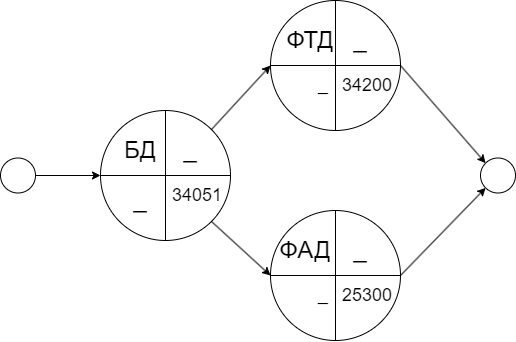
The draw.io diagram PASKurs/лабораторные работы/l4/PAS4.2.drawio.png in Lenonim/KursPro, before a commit. Source tidied: cells renumbered, new cells last; positions are measured from the earlier drawing's top-left corner, leaving out a move shared by most shapes.
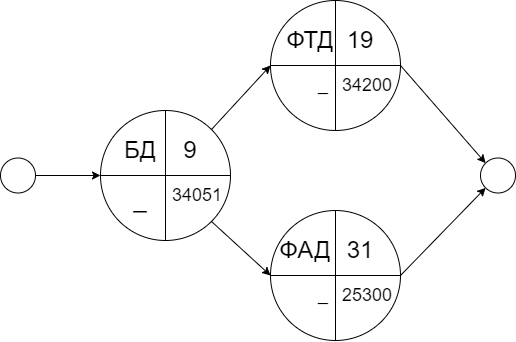
After the change.

The edit, as a diff of the source:
```diff
@@ -29,7 +29,7 @@
     <mxCell id="9" value="&lt;font style=&quot;font-size: 18px;&quot;&gt;34051&lt;/font&gt;" style="text;html=1;strokeColor=none;fillColor=none;align=left;verticalAlign=middle;whiteSpace=wrap;rounded=0;" parent="1" vertex="1">
       <mxGeometry x="170" y="180" width="60" height="30" as="geometry" />
     </mxCell>
-    <mxCell id="10" value="&lt;span style=&quot;font-size: 24px;&quot;&gt;_&lt;/span&gt;" style="text;html=1;strokeColor=none;fillColor=none;align=center;verticalAlign=middle;whiteSpace=wrap;rounded=0;" parent="1" vertex="1">
+    <mxCell id="10" value="&lt;span style=&quot;font-size: 24px;&quot;&gt;9&lt;/span&gt;" style="text;html=1;strokeColor=none;fillColor=none;align=center;verticalAlign=middle;whiteSpace=wrap;rounded=0;" parent="1" vertex="1">
       <mxGeometry x="170" y="130" width="40" height="40" as="geometry" />
     </mxCell>
     <mxCell id="11" style="ellipse;whiteSpace=wrap;html=1;" parent="1" vertex="1">
@@ -47,7 +47,7 @@
     <mxCell id="15" value="&lt;font style=&quot;font-size: 18px;&quot;&gt;34200&lt;/font&gt;" style="text;html=1;strokeColor=none;fillColor=none;align=left;verticalAlign=middle;whiteSpace=wrap;rounded=0;" parent="1" vertex="1">
       <mxGeometry x="340" y="70" width="60" height="30" as="geometry" />
     </mxCell>
-    <mxCell id="16" value="&lt;span style=&quot;font-size: 24px;&quot;&gt;_&lt;br&gt;&lt;/span&gt;" style="text;html=1;strokeColor=none;fillColor=none;align=center;verticalAlign=middle;whiteSpace=wrap;rounded=0;" parent="1" vertex="1">
+    <mxCell id="16" value="&lt;span style=&quot;font-size: 24px;&quot;&gt;19&lt;br&gt;&lt;/span&gt;" style="text;html=1;strokeColor=none;fillColor=none;align=center;verticalAlign=middle;whiteSpace=wrap;rounded=0;" parent="1" vertex="1">
       <mxGeometry x="340" y="20" width="40" height="40" as="geometry" />
     </mxCell>
     <mxCell id="17" style="ellipse;whiteSpace=wrap;html=1;" parent="1" vertex="1">
@@ -65,7 +65,7 @@
     <mxCell id="21" value="&lt;font style=&quot;font-size: 18px;&quot;&gt;25300&lt;/font&gt;" style="text;html=1;strokeColor=none;fillColor=none;align=left;verticalAlign=middle;whiteSpace=wrap;rounded=0;" parent="1" vertex="1">
       <mxGeometry x="340" y="280" width="60" height="30" as="geometry" />
     </mxCell>
-    <mxCell id="22" value="&lt;span style=&quot;font-size: 24px;&quot;&gt;_&lt;/span&gt;" style="text;html=1;strokeColor=none;fillColor=none;align=center;verticalAlign=middle;whiteSpace=wrap;rounded=0;" parent="1" vertex="1">
+    <mxCell id="22" value="&lt;span style=&quot;font-size: 24px;&quot;&gt;31&lt;/span&gt;" style="text;html=1;strokeColor=none;fillColor=none;align=center;verticalAlign=middle;whiteSpace=wrap;rounded=0;" parent="1" vertex="1">
       <mxGeometry x="340" y="230" width="40" height="40" as="geometry" />
     </mxCell>
     <mxCell id="23" style="endArrow=classic;html=1;rounded=0;exitX=1;exitY=1;exitDx=0;exitDy=0;entryX=0;entryY=0.5;entryDx=0;entryDy=0;" parent="1" edge="1" source="5" target="17">
```
